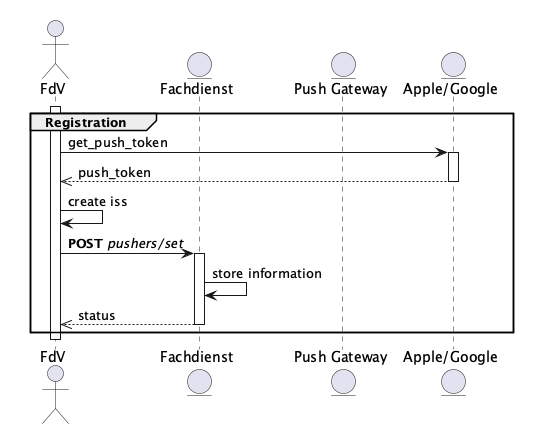
gematik/gem-push-notifications-concept keeps this PlantUML diagram as images/diagrams/registration.png. Above is the earlier version.
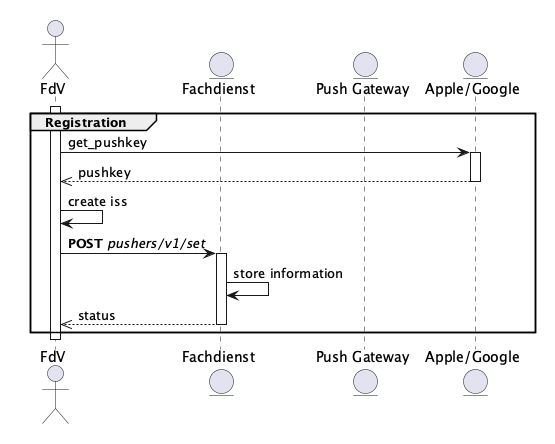
Above is the later version.

The edit, as a diff of the source:
```diff
@@ -8,12 +8,12 @@
 
 group Registration
     activate App
-    App -> NotificationProvider : get_push_token
+    App -> NotificationProvider : get_pushkey
     activate NotificationProvider
-    NotificationProvider -->> App : push_token
+    NotificationProvider -->> App : pushkey
     deactivate NotificationProvider
     App -> App : create iss
-    App -> Fachdienst : **POST** //pushers/set//
+    App -> Fachdienst : **POST** //pushers/v1/set//
     activate Fachdienst
     Fachdienst -> Fachdienst : store information
     Fachdienst -->> App : status
```
